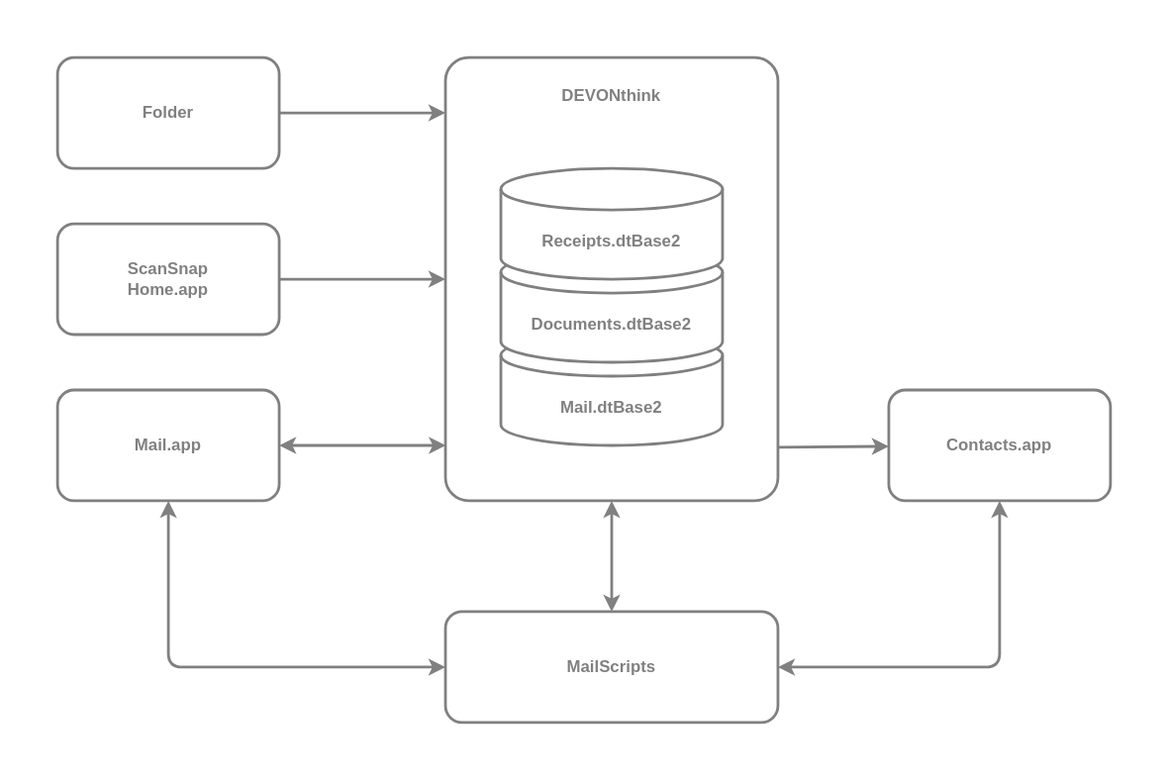
Before: Docs/architecture.drawio.svg, a diagram exported from draw.io (s17n/MailScripts). Source tidied: cells renumbered, new cells last; positions are measured from the earlier drawing's top-left corner, leaving out a move shared by most shapes.
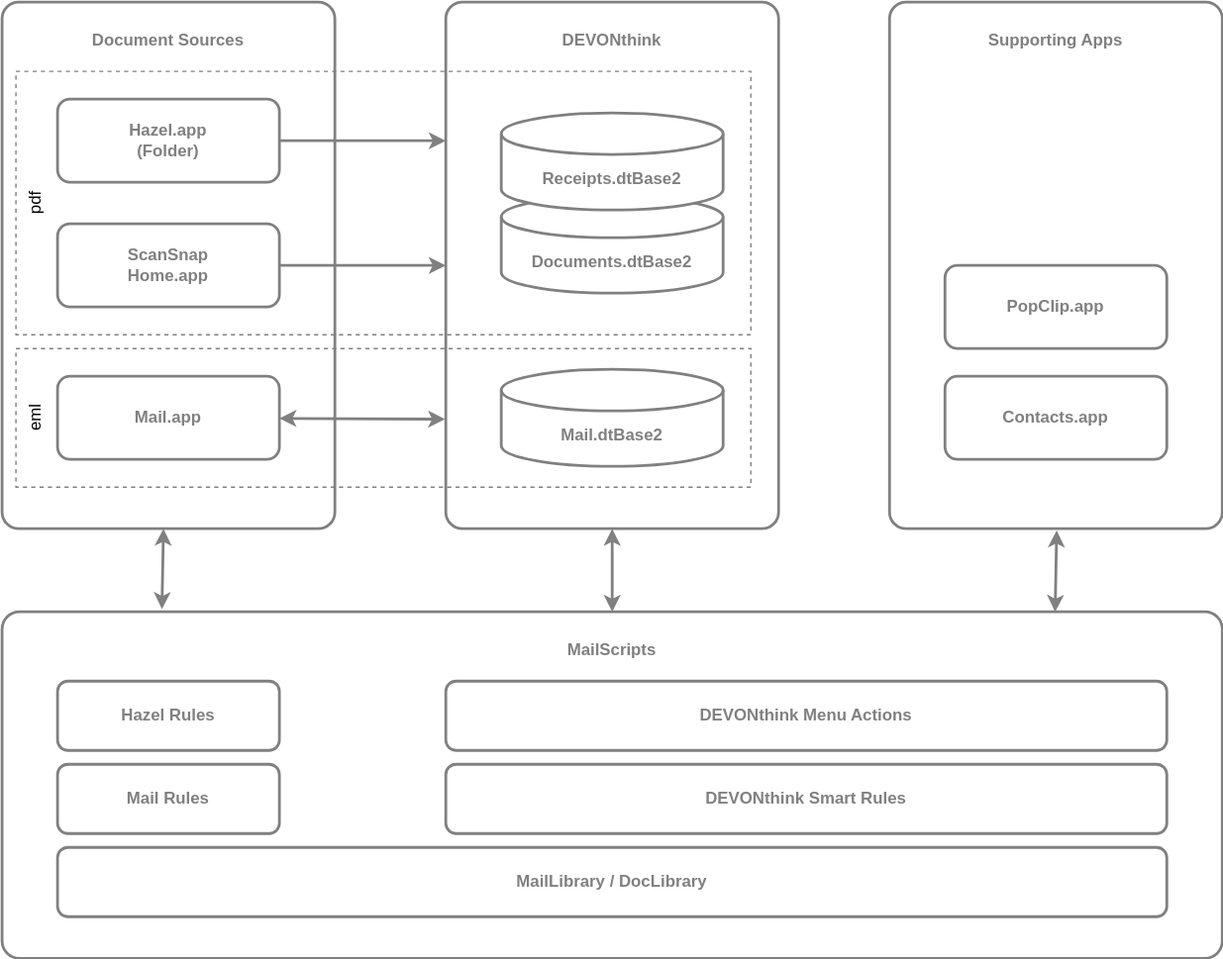
Above is the later version.

The edit, as a diff of the source:
```diff
@@ -2,54 +2,61 @@
   <root>
     <mxCell id="0" />
     <mxCell id="1" parent="0" />
+    <mxCell id="20" value="&lt;br&gt;Supporting Apps" style="rounded=1;whiteSpace=wrap;html=1;arcSize=5;fontSize=12;verticalAlign=top;fontStyle=1;fontColor=#808080;fontFamily=Helvetica;strokeColor=#808080;strokeWidth=2;fillColor=none;" parent="1" vertex="1">
+      <mxGeometry x="640" width="240" height="380" as="geometry" />
+    </mxCell>
+    <mxCell id="21" value="&lt;br&gt;Document Sources" style="rounded=1;whiteSpace=wrap;html=1;arcSize=5;fontSize=12;verticalAlign=top;fontStyle=1;fontColor=#808080;fontFamily=Helvetica;strokeColor=#808080;strokeWidth=2;fillColor=none;" parent="1" vertex="1">
+      <mxGeometry width="240" height="380" as="geometry" />
+    </mxCell>
+    <mxCell id="7" value="&lt;br style=&quot;font-size: 12px;&quot;&gt;DEVONthink" style="rounded=1;whiteSpace=wrap;html=1;arcSize=5;fontSize=12;verticalAlign=top;fontStyle=1;fontColor=#808080;fontFamily=Helvetica;strokeColor=#808080;strokeWidth=2;fillColor=none;" parent="1" vertex="1">
+      <mxGeometry x="320" width="240" height="380" as="geometry" />
+    </mxCell>
+    <mxCell id="22" value="eml" style="rounded=0;whiteSpace=wrap;html=1;fillColor=none;strokeWidth=1;align=center;horizontal=0;verticalAlign=top;strokeColor=#808080;fontColor=#000000;dashed=1;" parent="1" vertex="1">
+      <mxGeometry x="10" y="250" width="530" height="100" as="geometry" />
+    </mxCell>
+    <mxCell id="23" style="edgeStyle=none;html=1;entryX=0.131;entryY=-0.008;entryDx=0;entryDy=0;entryPerimeter=0;fontColor=#808080;startArrow=classic;startFill=1;fontSize=12;strokeColor=#808080;fontStyle=1;strokeWidth=2;" parent="1" edge="1" source="21" target="13">
+      <mxGeometry relative="1" as="geometry" />
+    </mxCell>
+    <mxCell id="24" value="pdf" style="rounded=0;whiteSpace=wrap;html=1;fillColor=none;strokeWidth=1;verticalAlign=top;horizontal=0;fontColor=#000000;strokeColor=#808080;dashed=1;" parent="1" vertex="1">
+      <mxGeometry x="10" y="50" width="530" height="190" as="geometry" />
+    </mxCell>
-    <mxCell id="2" style="edgeStyle=orthogonalEdgeStyle;html=1;fontSize=12;startArrow=classic;startFill=1;fontStyle=1;fontColor=#808080;fontFamily=Helvetica;strokeColor=#808080;strokeWidth=2;entryX=0.001;entryY=0.875;entryDx=0;entryDy=0;entryPerimeter=0;" parent="1" edge="1" source="4" target="7">
+    <mxCell id="2" style="edgeStyle=none;html=1;entryX=-0.002;entryY=0.792;entryDx=0;entryDy=0;entryPerimeter=0;fontSize=12;strokeColor=#808080;fontColor=#808080;fontStyle=1;strokeWidth=2;startArrow=classic;startFill=1;" parent="1" edge="1" source="4" target="7">
       <mxGeometry relative="1" as="geometry" />
     </mxCell>
-    <mxCell id="3" style="edgeStyle=orthogonalEdgeStyle;html=1;entryX=0;entryY=0.5;entryDx=0;entryDy=0;fontSize=12;startArrow=classic;startFill=1;fontStyle=1;fontColor=#808080;fontFamily=Helvetica;strokeColor=#808080;strokeWidth=2;" parent="1" edge="1" source="4" target="13">
-      <mxGeometry relative="1" as="geometry">
-        <Array as="points">
-          <mxPoint x="120" y="480" />
-        </Array>
-      </mxGeometry>
-    </mxCell>
     <mxCell id="4" value="Mail.app" style="rounded=1;whiteSpace=wrap;html=1;fontSize=12;fontStyle=1;fontColor=#808080;fontFamily=Helvetica;strokeColor=#808080;strokeWidth=2;" parent="1" vertex="1">
-      <mxGeometry x="40" y="280" width="160" height="80" as="geometry" />
+      <mxGeometry x="40" y="270" width="160" height="60" as="geometry" />
     </mxCell>
-    <mxCell id="5" style="edgeStyle=none;html=1;fontSize=12;fontStyle=1;fontColor=#808080;fontFamily=Helvetica;strokeColor=#808080;strokeWidth=2;exitX=1;exitY=0.879;exitDx=0;exitDy=0;exitPerimeter=0;" parent="1" edge="1" source="7" target="8">
-      <mxGeometry relative="1" as="geometry" />
-    </mxCell>
     <mxCell id="6" style="edgeStyle=orthogonalEdgeStyle;html=1;entryX=0.5;entryY=0;entryDx=0;entryDy=0;fontSize=12;startArrow=classic;startFill=1;fontStyle=1;fontColor=#808080;fontFamily=Helvetica;strokeColor=#808080;strokeWidth=2;" parent="1" edge="1" source="7" target="13">
       <mxGeometry relative="1" as="geometry" />
     </mxCell>
-    <mxCell id="7" value="&lt;br style=&quot;font-size: 12px;&quot;&gt;DEVONthink" style="rounded=1;whiteSpace=wrap;html=1;arcSize=7;fontSize=12;verticalAlign=top;fontStyle=1;fontColor=#808080;fontFamily=Helvetica;strokeColor=#808080;strokeWidth=2;" parent="1" vertex="1">
-      <mxGeometry x="320" y="40" width="240" height="320" as="geometry" />
-    </mxCell>
     <mxCell id="8" value="Contacts.app" style="rounded=1;whiteSpace=wrap;html=1;fontSize=12;fontStyle=1;fontColor=#808080;fontFamily=Helvetica;strokeColor=#808080;strokeWidth=2;" parent="1" vertex="1">
-      <mxGeometry x="640" y="280" width="160" height="80" as="geometry" />
+      <mxGeometry x="680" y="270" width="160" height="60" as="geometry" />
     </mxCell>
-    <mxCell id="9" style="edgeStyle=orthogonalEdgeStyle;html=1;entryX=0;entryY=0.5;entryDx=0;entryDy=0;fontSize=12;fontStyle=1;fontColor=#808080;fontFamily=Helvetica;strokeColor=#808080;strokeWidth=2;" parent="1" edge="1" source="10" target="7">
+    <mxCell id="9" style="edgeStyle=none;html=1;fontSize=12;strokeColor=#808080;fontColor=#808080;fontStyle=1;strokeWidth=2;entryX=0;entryY=0.5;entryDx=0;entryDy=0;" parent="1" edge="1" source="10" target="7">
       <mxGeometry relative="1" as="geometry" />
     </mxCell>
     <mxCell id="10" value="ScanSnap &lt;br&gt;Home.app" style="rounded=1;whiteSpace=wrap;html=1;fontSize=12;fontStyle=1;fontColor=#808080;fontFamily=Helvetica;strokeColor=#808080;strokeWidth=2;" parent="1" vertex="1">
-      <mxGeometry x="40" y="160" width="160" height="80" as="geometry" />
+      <mxGeometry x="40" y="160" width="160" height="60" as="geometry" />
     </mxCell>
-    <mxCell id="11" style="edgeStyle=orthogonalEdgeStyle;html=1;entryX=0;entryY=0.125;entryDx=0;entryDy=0;entryPerimeter=0;fontSize=12;fontStyle=1;fontColor=#808080;fontFamily=Helvetica;strokeColor=#808080;strokeWidth=2;" parent="1" edge="1" source="12" target="7">
-      <mxGeometry relative="1" as="geometry" />
-    </mxCell>
+    <mxCell id="25" style="edgeStyle=none;html=1;fontSize=12;strokeColor=#808080;fontColor=#808080;fontStyle=1;strokeWidth=2;" parent="1" edge="1" source="12">
+      <mxGeometry relative="1" as="geometry">
+        <mxPoint x="320" y="100" as="targetPoint" />
+      </mxGeometry>
+    </mxCell>
-    <mxCell id="12" value="Folder" style="rounded=1;whiteSpace=wrap;html=1;fontSize=12;fontStyle=1;fontColor=#808080;fontFamily=Helvetica;strokeWidth=2;strokeColor=#808080;" parent="1" vertex="1">
-      <mxGeometry x="40" y="40" width="160" height="80" as="geometry" />
+    <mxCell id="12" value="Hazel.app&lt;br&gt;(Folder)" style="rounded=1;whiteSpace=wrap;html=1;fontSize=12;fontStyle=1;fontColor=#808080;fontFamily=Helvetica;strokeWidth=2;strokeColor=#808080;" parent="1" vertex="1">
+      <mxGeometry x="40" y="70" width="160" height="60" as="geometry" />
     </mxCell>
-    <mxCell id="13" value="MailScripts" style="rounded=1;whiteSpace=wrap;html=1;fontSize=12;fontStyle=1;fontColor=#808080;fontFamily=Helvetica;strokeColor=#808080;strokeWidth=2;" parent="1" vertex="1">
-      <mxGeometry x="320" y="440" width="240" height="80" as="geometry" />
+    <mxCell id="13" value="&lt;br&gt;MailScripts" style="rounded=1;whiteSpace=wrap;html=1;fontSize=12;fontStyle=1;fontColor=#808080;fontFamily=Helvetica;strokeColor=#808080;strokeWidth=2;verticalAlign=top;arcSize=5;fillColor=none;" parent="1" vertex="1">
+      <mxGeometry y="440" width="880" height="250" as="geometry" />
     </mxCell>
     <mxCell id="14" value="Mail.dtBase2" style="shape=cylinder3;whiteSpace=wrap;html=1;boundedLbl=1;backgroundOutline=1;size=15;fontSize=12;fontStyle=1;fontColor=#808080;fontFamily=Helvetica;strokeColor=#808080;strokeWidth=2;" parent="1" vertex="1">
-      <mxGeometry x="360" y="240" width="160" height="80" as="geometry" />
+      <mxGeometry x="360" y="265" width="160" height="70" as="geometry" />
     </mxCell>
     <mxCell id="15" value="Documents.dtBase2" style="shape=cylinder3;whiteSpace=wrap;html=1;boundedLbl=1;backgroundOutline=1;size=15;fontSize=12;fontStyle=1;fontColor=#808080;fontFamily=Helvetica;strokeColor=#808080;strokeWidth=2;" parent="1" vertex="1">
-      <mxGeometry x="360" y="180" width="160" height="80" as="geometry" />
+      <mxGeometry x="360" y="140" width="160" height="70" as="geometry" />
     </mxCell>
     <mxCell id="16" value="Receipts.dtBase2" style="shape=cylinder3;whiteSpace=wrap;html=1;boundedLbl=1;backgroundOutline=1;size=15;fontSize=12;fontStyle=1;fontColor=#808080;fontFamily=Helvetica;strokeColor=#808080;strokeWidth=2;" parent="1" vertex="1">
-      <mxGeometry x="360" y="120" width="160" height="80" as="geometry" />
+      <mxGeometry x="360" y="80" width="160" height="70" as="geometry" />
     </mxCell>
     <mxCell id="17" style="endArrow=none;html=1;strokeColor=none;strokeWidth=2;fontFamily=Helvetica;fontSize=12;fontColor=default;labelBackgroundColor=default;" parent="1" edge="1">
       <mxGeometry relative="1" as="geometry">
@@ -63,8 +70,29 @@
         <mxPoint x="840" as="targetPoint" />
       </mxGeometry>
     </mxCell>
-    <mxCell id="19" style="edgeStyle=orthogonalEdgeStyle;html=1;entryX=0.5;entryY=1;entryDx=0;entryDy=0;fontSize=12;startArrow=classic;startFill=1;fontStyle=1;fontColor=#808080;fontFamily=Helvetica;strokeColor=#808080;strokeWidth=2;exitX=1;exitY=0.5;exitDx=0;exitDy=0;" parent="1" edge="1" source="13" target="8">
-      <mxGeometry relative="1" as="geometry" />
-    </mxCell>
+    <mxCell id="26" style="edgeStyle=none;html=1;entryX=0.131;entryY=-0.008;entryDx=0;entryDy=0;entryPerimeter=0;fontColor=#808080;startArrow=classic;startFill=1;fontSize=12;strokeColor=#808080;fontStyle=1;strokeWidth=2;" parent="1" edge="1">
+      <mxGeometry relative="1" as="geometry">
+        <mxPoint x="760.6" y="381.2" as="sourcePoint" />
+        <mxPoint x="759.4" y="440" as="targetPoint" />
+      </mxGeometry>
+    </mxCell>
+    <mxCell id="27" value="MailLibrary / DocLibrary" style="rounded=1;whiteSpace=wrap;html=1;fontSize=12;fontStyle=1;fontColor=#808080;fontFamily=Helvetica;strokeColor=#808080;strokeWidth=2;" parent="1" vertex="1">
+      <mxGeometry x="40" y="610" width="800" height="50" as="geometry" />
+    </mxCell>
+    <mxCell id="28" value="Hazel Rules" style="rounded=1;whiteSpace=wrap;html=1;fontSize=12;fontStyle=1;fontColor=#808080;fontFamily=Helvetica;strokeColor=#808080;strokeWidth=2;" parent="1" vertex="1">
+      <mxGeometry x="40" y="490" width="160" height="50" as="geometry" />
+    </mxCell>
+    <mxCell id="29" value="Mail Rules" style="rounded=1;whiteSpace=wrap;html=1;fontSize=12;fontStyle=1;fontColor=#808080;fontFamily=Helvetica;strokeColor=#808080;strokeWidth=2;" parent="1" vertex="1">
+      <mxGeometry x="40" y="550" width="160" height="50" as="geometry" />
+    </mxCell>
+    <mxCell id="30" value="DEVONthink Menu Actions" style="rounded=1;whiteSpace=wrap;html=1;fontSize=12;fontStyle=1;fontColor=#808080;fontFamily=Helvetica;strokeColor=#808080;strokeWidth=2;" parent="1" vertex="1">
+      <mxGeometry x="320" y="490" width="520" height="50" as="geometry" />
+    </mxCell>
+    <mxCell id="31" value="DEVONthink Smart Rules" style="rounded=1;whiteSpace=wrap;html=1;fontSize=12;fontStyle=1;fontColor=#808080;fontFamily=Helvetica;strokeColor=#808080;strokeWidth=2;" parent="1" vertex="1">
+      <mxGeometry x="320" y="550" width="520" height="50" as="geometry" />
+    </mxCell>
+    <mxCell id="32" value="PopClip.app" style="rounded=1;whiteSpace=wrap;html=1;fontSize=12;fontStyle=1;fontColor=#808080;fontFamily=Helvetica;strokeColor=#808080;strokeWidth=2;" parent="1" vertex="1">
+      <mxGeometry x="680" y="190" width="160" height="60" as="geometry" />
+    </mxCell>
   </root>
 </mxGraphModel>
```
